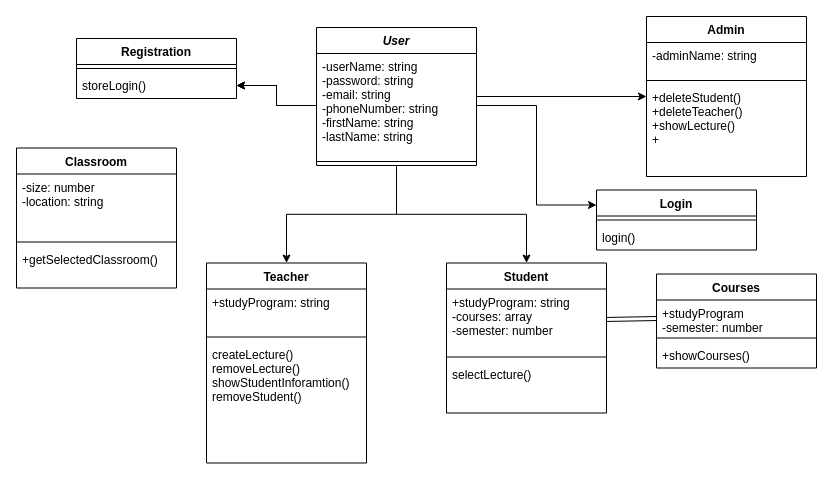
Earlier version of the draw.io diagram StudentTeach.drawio (Niklas107/Gruppeprojekt-1). Source tidied: cells renumbered, new cells numbered last; positions are measured from the earlier drawing's top-left corner, leaving out a move shared by most shapes. Both pictures are drawn from the tidied source at 100%, with x=0, y=0 at pixel (16, 16).
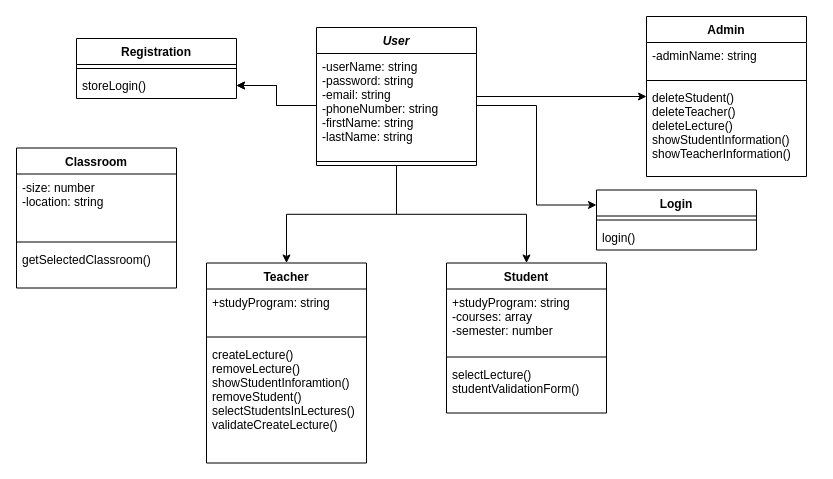
The same diagram, later.

Unchanged cells that the change refers to:
```xml
<mxCell id="8" value="Admin" style="swimlane;fontStyle=1;align=center;verticalAlign=top;horizontal=1;startSize=26;" parent="1" vertex="1">
  <mxGeometry x="630" width="160" height="160" as="geometry" />
</mxCell>
<mxCell id="12" value="Teacher" style="swimlane;fontStyle=1;align=center;verticalAlign=top;horizontal=1;startSize=26;" parent="1" vertex="1">
  <mxGeometry x="190" y="246.5" width="160" height="200" as="geometry" />
</mxCell>
<mxCell id="16" value="Student" style="swimlane;fontStyle=1;align=center;verticalAlign=top;horizontal=1;startSize=26;" parent="1" vertex="1">
  <mxGeometry x="430" y="246.5" width="160" height="150" as="geometry" />
</mxCell>
<mxCell id="17" value="+studyProgram: string&#10;-courses: array&#10;-semester: number" style="text;strokeColor=none;fillColor=none;align=left;verticalAlign=top;spacingLeft=4;spacingRight=4;overflow=hidden;points=[[0,0.5],[1,0.5]];portConstraint=eastwest;" parent="16" vertex="1">
  <mxGeometry y="26" width="160" height="64" as="geometry" />
</mxCell>
<mxCell id="20" value="Classroom" style="swimlane;fontStyle=1;align=center;verticalAlign=top;horizontal=1;startSize=26;" parent="1" vertex="1">
  <mxGeometry y="131.5" width="160" height="140" as="geometry" />
</mxCell>
```

Change to the diagram source:
```diff
@@
-    <mxCell id="11" value="+deleteStudent()&#10;+deleteTeacher()&#10;+showLecture()&#10;+" style="text;strokeColor=none;fillColor=none;align=left;verticalAlign=top;spacingLeft=4;spacingRight=4;overflow=hidden;" parent="8" vertex="1">
+    <mxCell id="11" value="deleteStudent()&#10;deleteTeacher()&#10;deleteLecture()&#10;showStudentInformation()&#10;showTeacherInformation()&#10;&#10;" style="text;strokeColor=none;fillColor=none;align=left;verticalAlign=top;spacingLeft=4;spacingRight=4;overflow=hidden;" parent="8" vertex="1">
       <mxGeometry y="68" width="160" height="92" as="geometry" />
     </mxCell>
@@
-    <mxCell id="15" value="createLecture()&#10;removeLecture()&#10;showStudentInforamtion()&#10;removeStudent()" style="text;strokeColor=none;fillColor=none;align=left;verticalAlign=top;spacingLeft=4;spacingRight=4;overflow=hidden;" parent="12" vertex="1">
+    <mxCell id="15" value="createLecture()&#10;removeLecture()&#10;showStudentInforamtion()&#10;removeStudent()&#10;selectStudentsInLectures()&#10;validateCreateLecture()" style="text;strokeColor=none;fillColor=none;align=left;verticalAlign=top;spacingLeft=4;spacingRight=4;overflow=hidden;" parent="12" vertex="1">
       <mxGeometry y="78" width="160" height="122" as="geometry" />
     </mxCell>
@@
-    <mxCell id="19" value="selectLecture()&#10;" style="text;strokeColor=none;fillColor=none;align=left;verticalAlign=top;spacingLeft=4;spacingRight=4;overflow=hidden;" parent="16" vertex="1">
+    <mxCell id="19" value="selectLecture()&#10;studentValidationForm()" style="text;strokeColor=none;fillColor=none;align=left;verticalAlign=top;spacingLeft=4;spacingRight=4;overflow=hidden;" parent="16" vertex="1">
       <mxGeometry y="98" width="160" height="52" as="geometry" />
     </mxCell>
@@
-    <mxCell id="23" value="+getSelectedClassroom()" style="text;strokeColor=none;fillColor=none;align=left;verticalAlign=top;spacingLeft=4;spacingRight=4;overflow=hidden;" parent="20" vertex="1">
+    <mxCell id="23" value="getSelectedClassroom()" style="text;strokeColor=none;fillColor=none;align=left;verticalAlign=top;spacingLeft=4;spacingRight=4;overflow=hidden;" parent="20" vertex="1">
       <mxGeometry y="98" width="160" height="42" as="geometry" />
     </mxCell>
-    <mxCell id="24" value="Courses" style="swimlane;fontStyle=1;align=center;verticalAlign=top;horizontal=1;startSize=26;" parent="1" vertex="1">
-      <mxGeometry x="640" y="257.5" width="160" height="94" as="geometry" />
-    </mxCell>
-    <mxCell id="25" value="+studyProgram&#10;-semester: number&#10;&#10;&#10;&#10;&#10;" style="text;strokeColor=none;fillColor=none;align=left;verticalAlign=top;spacingLeft=4;spacingRight=4;overflow=hidden;points=[[0,0.5],[1,0.5]];portConstraint=eastwest;" parent="24" vertex="1">
-      <mxGeometry y="26" width="160" height="34" as="geometry" />
-    </mxCell>
-    <mxCell id="26" style="line;strokeWidth=1;fillColor=none;align=left;verticalAlign=middle;spacingTop=-1;spacingLeft=3;spacingRight=3;labelPosition=right;" parent="24" vertex="1">
-      <mxGeometry y="60" width="160" height="8" as="geometry" />
-    </mxCell>
-    <mxCell id="27" value="+showCourses()" style="text;strokeColor=none;fillColor=none;align=left;verticalAlign=top;spacingLeft=4;spacingRight=4;overflow=hidden;" parent="24" vertex="1">
-      <mxGeometry y="68" width="160" height="26" as="geometry" />
-    </mxCell>
-    <mxCell id="28" style="shape=link;rounded=0;jettySize=auto;html=1;" parent="1" edge="1" source="17" target="25">
-      <mxGeometry relative="1" as="geometry" />
-    </mxCell>
```
